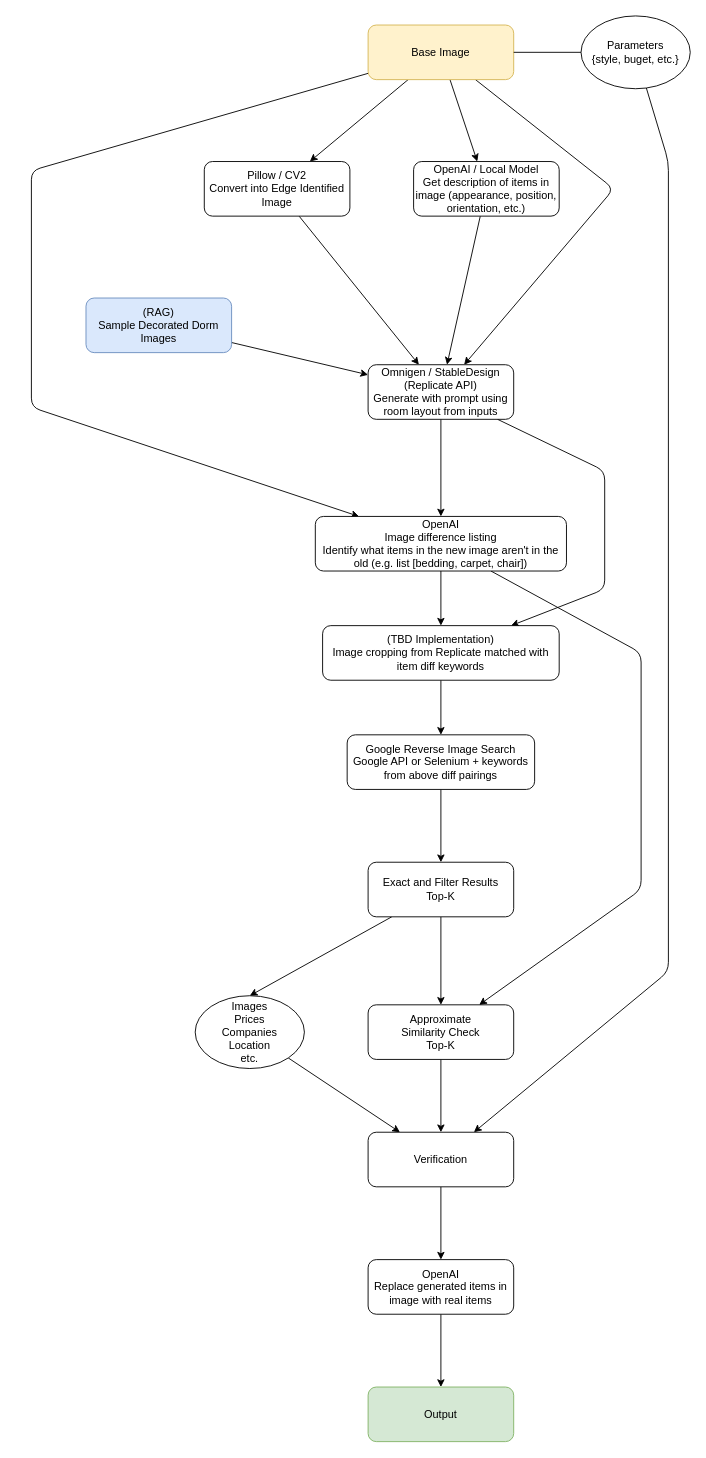
Above: diagrams/prototype2.drawio in iiisong/reModel (draw.io), before the change. Source tidied: cells renumbered, new cells numbered last; positions are measured from the earlier drawing's top-left corner, leaving out a move shared by most shapes. Both pictures are drawn from the tidied source at 91%, with x=0, y=0 at pixel (31, 15).
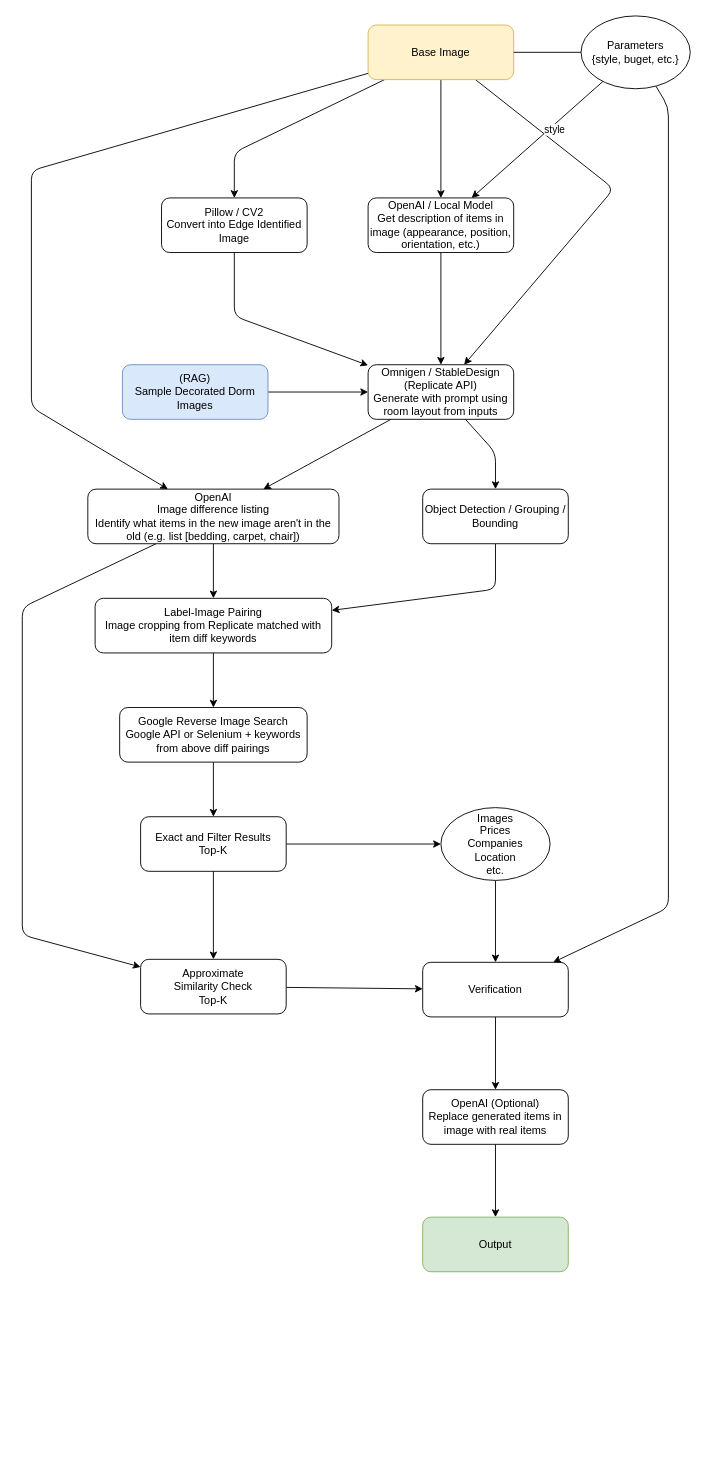
The same diagram, later.

Unchanged cells that the change refers to:
```xml
<mxCell id="6" value="Base Image" style="rounded=1;whiteSpace=wrap;html=1;fillColor=#fff2cc;strokeColor=#d6b656;" parent="1" vertex="1">
  <mxGeometry x="370" y="10" width="160" height="60" as="geometry" />
</mxCell>
<mxCell id="20" value="Parameters&lt;div&gt;{style, buget, etc.}&lt;/div&gt;" style="ellipse;whiteSpace=wrap;html=1;" parent="1" vertex="1">
  <mxGeometry x="604" width="120" height="80" as="geometry" />
</mxCell>
<mxCell id="30" value="Omnigen / StableDesign (Replicate API)&lt;div&gt;Generate with prompt using room layout from inputs&lt;/div&gt;" style="rounded=1;whiteSpace=wrap;html=1;" parent="1" vertex="1">
  <mxGeometry x="370" y="383.3" width="160" height="60" as="geometry" />
</mxCell>
```

The edit, as a diff of the source:
```diff
@@
     <mxCell id="2" style="edgeStyle=none;html=1;" parent="1" edge="1" source="6" target="25">
-      <mxGeometry relative="1" as="geometry" />
+      <mxGeometry relative="1" as="geometry">
+        <Array as="points">
+          <mxPoint x="223" y="150" />
+        </Array>
+      </mxGeometry>
     </mxCell>
@@
     <mxCell id="8" value="Google Reverse Image Search&lt;div&gt;Google API or Selenium + keywords from above diff pairings&lt;/div&gt;" style="rounded=1;whiteSpace=wrap;html=1;" parent="1" vertex="1">
-      <mxGeometry x="347" y="790" width="206" height="60" as="geometry" />
+      <mxGeometry x="97" y="760" width="206" height="60" as="geometry" />
     </mxCell>
-    <mxCell id="9" style="edgeStyle=none;html=1;entryX=0.5;entryY=0;entryDx=0;entryDy=0;" parent="1" edge="1" source="11" target="13">
+    <mxCell id="9" style="edgeStyle=none;html=1;" parent="1" edge="1" source="11" target="13">
       <mxGeometry relative="1" as="geometry" />
     </mxCell>
@@
     <mxCell id="11" value="Exact and Filter Results&lt;div&gt;&lt;span style=&quot;background-color: transparent;&quot;&gt;Top-K&lt;/span&gt;&lt;br&gt;&lt;/div&gt;" style="rounded=1;whiteSpace=wrap;html=1;" parent="1" vertex="1">
-      <mxGeometry x="370" y="930" width="160" height="60" as="geometry" />
+      <mxGeometry x="120" y="880" width="160" height="60" as="geometry" />
     </mxCell>
@@
     <mxCell id="13" value="Images&lt;div&gt;Prices&lt;/div&gt;&lt;div&gt;Companies&lt;/div&gt;&lt;div&gt;Location&lt;/div&gt;&lt;div&gt;etc.&lt;/div&gt;" style="ellipse;whiteSpace=wrap;html=1;" parent="1" vertex="1">
-      <mxGeometry x="180" y="1076.7" width="120" height="80" as="geometry" />
+      <mxGeometry x="450" y="870" width="120" height="80" as="geometry" />
     </mxCell>
@@
     <mxCell id="15" value="&lt;div&gt;Approximate&lt;/div&gt;&lt;div&gt;Similarity Check&lt;br&gt;Top-K&lt;/div&gt;" style="rounded=1;whiteSpace=wrap;html=1;" parent="1" vertex="1">
-      <mxGeometry x="370" y="1086.7" width="160" height="60" as="geometry" />
+      <mxGeometry x="120" y="1036.7" width="160" height="60" as="geometry" />
     </mxCell>
@@
     <mxCell id="17" value="&lt;div&gt;Verification&lt;/div&gt;" style="rounded=1;whiteSpace=wrap;html=1;" parent="1" vertex="1">
-      <mxGeometry x="370" y="1226.7" width="160" height="60" as="geometry" />
+      <mxGeometry x="430" y="1040" width="160" height="60" as="geometry" />
     </mxCell>
@@
     <mxCell id="19" style="edgeStyle=none;html=1;" parent="1" edge="1" source="20" target="17">
       <mxGeometry relative="1" as="geometry">
         <Array as="points">
-          <mxPoint x="700" y="160" />
-          <mxPoint x="700" y="1050" />
+          <mxPoint x="700" y="100" />
+          <mxPoint x="700" y="980" />
         </Array>
       </mxGeometry>
     </mxCell>
+    <mxCell id="38" style="edgeStyle=none;html=1;" parent="1" edge="1" source="20" target="27">
+      <mxGeometry relative="1" as="geometry" />
+    </mxCell>
+    <mxCell id="39" value="style" style="edgeLabel;html=1;align=center;verticalAlign=middle;" parent="38" vertex="1">
+      <mxGeometry x="-0.23" y="3" relative="1" as="geometry">
+        <mxPoint y="1" as="offset" />
+      </mxGeometry>
+    </mxCell>
@@
-    <mxCell id="22" value="OpenAI&lt;div&gt;Replace generated items in image with real items&lt;/div&gt;" style="rounded=1;whiteSpace=wrap;html=1;" parent="1" vertex="1">
-      <mxGeometry x="370" y="1366.7" width="160" height="60" as="geometry" />
+    <mxCell id="22" value="OpenAI (Optional)&lt;div&gt;Replace generated items in image with real items&lt;/div&gt;" style="rounded=1;whiteSpace=wrap;html=1;" parent="1" vertex="1">
+      <mxGeometry x="430" y="1180" width="160" height="60" as="geometry" />
     </mxCell>
     <mxCell id="23" value="Output" style="rounded=1;whiteSpace=wrap;html=1;fillColor=#d5e8d4;strokeColor=#82b366;" parent="1" vertex="1">
-      <mxGeometry x="370" y="1506.7" width="160" height="60" as="geometry" />
+      <mxGeometry x="430" y="1320" width="160" height="60" as="geometry" />
     </mxCell>
     <mxCell id="24" style="edgeStyle=none;html=1;" parent="1" edge="1" source="25" target="30">
-      <mxGeometry relative="1" as="geometry" />
+      <mxGeometry relative="1" as="geometry">
+        <Array as="points">
+          <mxPoint x="223" y="330" />
+        </Array>
+      </mxGeometry>
     </mxCell>
     <mxCell id="25" value="&lt;span style=&quot;color: rgb(0, 0, 0);&quot;&gt;Pillow / CV2&lt;/span&gt;&lt;div style=&quot;scrollbar-color: light-dark(#e2e2e2, #4b4b4b)&lt;br/&gt;&#9;&#9;&#9;&#9;&#9;light-dark(#fbfbfb, var(--dark-panel-color));&quot;&gt;Convert into Edge Identified Image&lt;/div&gt;&lt;div&gt;&lt;/div&gt;" style="rounded=1;whiteSpace=wrap;html=1;" parent="1" vertex="1">
-      <mxGeometry x="190" y="160" width="160" height="60" as="geometry" />
+      <mxGeometry x="143" y="200" width="160" height="60" as="geometry" />
     </mxCell>
@@
     <mxCell id="27" value="OpenAI / Local Model&lt;div&gt;Get description of items in image (appearance, position, orientation, etc.)&lt;/div&gt;" style="rounded=1;whiteSpace=wrap;html=1;" parent="1" vertex="1">
-      <mxGeometry x="420" y="160" width="160" height="60" as="geometry" />
+      <mxGeometry x="370" y="200" width="160" height="60" as="geometry" />
     </mxCell>
@@
-    <mxCell id="29" style="edgeStyle=none;html=1;" parent="1" edge="1" source="30" target="37">
-      <mxGeometry relative="1" as="geometry">
-        <Array as="points">
-          <mxPoint x="630" y="500" />
-          <mxPoint x="630" y="630" />
-        </Array>
-      </mxGeometry>
-    </mxCell>
+    <mxCell id="40" style="edgeStyle=none;html=1;" parent="1" edge="1" source="30" target="42">
+      <mxGeometry relative="1" as="geometry">
+        <Array as="points">
+          <mxPoint x="510" y="480" />
+        </Array>
+      </mxGeometry>
+    </mxCell>
@@
     <mxCell id="32" value="&lt;div&gt;(RAG)&lt;/div&gt;Sample Decorated Dorm Images" style="rounded=1;whiteSpace=wrap;html=1;fillColor=#dae8fc;strokeColor=#6c8ebf;" parent="1" vertex="1">
-      <mxGeometry x="60" y="310" width="160" height="60" as="geometry" />
+      <mxGeometry x="100" y="383.3" width="160" height="60" as="geometry" />
     </mxCell>
@@
     <mxCell id="34" style="edgeStyle=none;html=1;" parent="1" edge="1" source="35" target="15">
       <mxGeometry relative="1" as="geometry">
         <Array as="points">
-          <mxPoint x="670" y="700" />
-          <mxPoint x="670" y="960" />
+          <mxPoint x="-10" y="650" />
+          <mxPoint x="-10" y="1010" />
         </Array>
       </mxGeometry>
     </mxCell>
     <mxCell id="35" value="OpenAI&lt;div&gt;Image difference listing&lt;/div&gt;&lt;div&gt;Identify what items in the new image aren't in the old (e.g. list [bedding, carpet, chair])&lt;/div&gt;" style="rounded=1;whiteSpace=wrap;html=1;" parent="1" vertex="1">
-      <mxGeometry x="312" y="550" width="276" height="60" as="geometry" />
+      <mxGeometry x="62" y="520" width="276" height="60" as="geometry" />
     </mxCell>
@@
-    <mxCell id="37" value="(TBD Implementation)&lt;div&gt;&lt;/div&gt;&lt;div&gt;Image cropping from Replicate matched with item diff keywords&lt;/div&gt;" style="rounded=1;whiteSpace=wrap;html=1;" parent="1" vertex="1">
-      <mxGeometry x="320" y="670" width="260" height="60" as="geometry" />
+    <mxCell id="37" value="&lt;div&gt;&lt;/div&gt;&lt;div&gt;Label-Image Pairing&lt;/div&gt;&lt;div&gt;Image cropping from Replicate matched with item diff keywords&lt;/div&gt;" style="rounded=1;whiteSpace=wrap;html=1;" parent="1" vertex="1">
+      <mxGeometry x="70" y="640" width="260" height="60" as="geometry" />
     </mxCell>
+    <mxCell id="41" style="edgeStyle=none;html=1;" parent="1" edge="1" source="42" target="37">
+      <mxGeometry relative="1" as="geometry">
+        <Array as="points">
+          <mxPoint x="510" y="630" />
+        </Array>
+      </mxGeometry>
+    </mxCell>
+    <mxCell id="42" value="Object Detection / Grouping / Bounding" style="rounded=1;whiteSpace=wrap;html=1;" parent="1" vertex="1">
+      <mxGeometry x="430" y="520" width="160" height="60" as="geometry" />
+    </mxCell>
```
